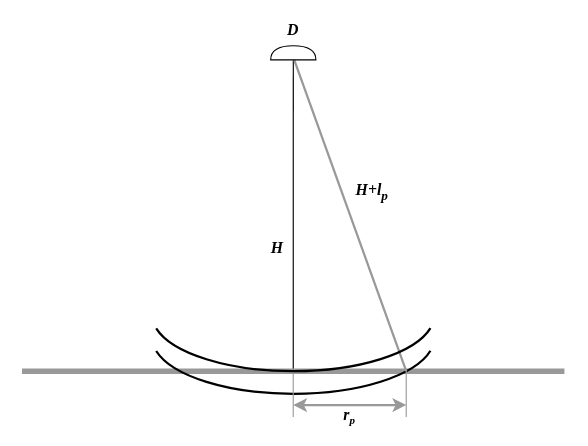
Above: 7.2.drawio in skgiter/drawIO (draw.io), before the change. Source tidied: cells renumbered, new cells numbered last; positions are measured from the earlier drawing's top-left corner, leaving out a move shared by most shapes. Both pictures are drawn from the tidied source at 113%, with x=0, y=0 at pixel (21, 19).
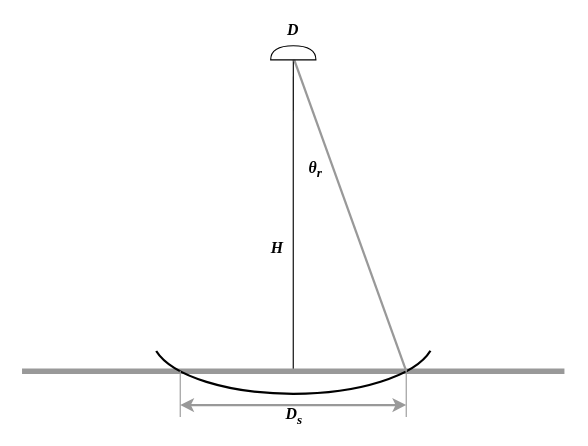
The same diagram, later.

Diff of the diagram source:
```diff
@@
 <mxGraphModel>
   <root>
     <mxCell id="0" />
     <mxCell id="1" parent="0" />
-    <mxCell id="2" style="endArrow=none;html=1;strokeWidth=1;entryX=0;entryY=0.5;entryDx=0;entryDy=0;entryPerimeter=0;exitX=0;exitY=0;exitDx=0;exitDy=0;" parent="1" edge="1" source="8" target="6">
+    <mxCell id="2" style="endArrow=none;html=1;strokeWidth=1;entryX=0;entryY=0.5;entryDx=0;entryDy=0;entryPerimeter=0;exitX=0.5;exitY=0;exitDx=0;exitDy=0;" parent="1" edge="1" source="8" target="6">
       <mxGeometry relative="1" as="geometry" />
     </mxCell>
     <mxCell id="3" style="endArrow=none;html=1;strokeWidth=5;strokeColor=#999999;" parent="1" edge="1">
       <mxGeometry relative="1" as="geometry">
         <mxPoint y="311" as="sourcePoint" />
         <mxPoint x="480" y="311" as="targetPoint" />
       </mxGeometry>
     </mxCell>
     <mxCell id="4" style="verticalLabelPosition=bottom;verticalAlign=top;html=1;shape=mxgraph.basic.arc;startAngle=0.2881918027317203;endAngle=0.7110104348113153;strokeWidth=2;" parent="1" vertex="1">
       <mxGeometry x="115" y="231" width="250" height="100" as="geometry" />
     </mxCell>
     <mxCell id="5" style="endArrow=none;html=1;strokeColor=#999999;strokeWidth=2;exitX=1;exitY=0;exitDx=0;exitDy=0;" parent="1" edge="1" source="8">
       <mxGeometry relative="1" as="geometry">
         <mxPoint x="240" y="33" as="targetPoint" />
       </mxGeometry>
     </mxCell>
     <mxCell id="6" style="shape=or;whiteSpace=wrap;html=1;strokeWidth=1;rotation=-90;" parent="1" vertex="1">
       <mxGeometry x="233.8" y="9.2" width="12.5" height="40" as="geometry" />
     </mxCell>
     <mxCell id="7" value="D" style="text;html=1;strokeColor=none;fillColor=none;align=center;verticalAlign=middle;whiteSpace=wrap;rounded=0;fontFamily=Times New Roman;fontStyle=3;fontSize=14;" parent="1" vertex="1">
       <mxGeometry x="220" width="40" height="20" as="geometry" />
     </mxCell>
     <mxCell id="8" style="shape=partialRectangle;whiteSpace=wrap;html=1;top=0;bottom=0;fillColor=none;fontFamily=Times New Roman;fontSize=14;strokeWidth=1;fontColor=#B3B3B3;strokeColor=#999999;" parent="1" vertex="1">
-      <mxGeometry x="240" y="311" width="100" height="40" as="geometry" />
+      <mxGeometry x="140" y="311" width="200" height="40" as="geometry" />
     </mxCell>
     <mxCell id="9" style="endArrow=classic;startArrow=classic;html=1;fontFamily=Times New Roman;fontSize=14;fontColor=#B3B3B3;strokeColor=#999999;strokeWidth=2;entryX=1;entryY=0.75;entryDx=0;entryDy=0;exitX=0;exitY=0.75;exitDx=0;exitDy=0;" parent="1" edge="1" source="8" target="8">
       <mxGeometry relative="1" as="geometry" />
     </mxCell>
-    <mxCell id="10" value="r&lt;span style=&quot;font-size: 11.6667px&quot;&gt;&lt;sub&gt;p&lt;/sub&gt;&lt;/span&gt;" style="text;html=1;strokeColor=none;fillColor=none;align=center;verticalAlign=middle;whiteSpace=wrap;rounded=0;fontFamily=Times New Roman;fontStyle=3;fontSize=14;" parent="1" vertex="1">
-      <mxGeometry x="270" y="341" width="40" height="20" as="geometry" />
+    <mxCell id="10" value="D&lt;sub&gt;s&lt;/sub&gt;" style="text;html=1;strokeColor=none;fillColor=none;align=center;verticalAlign=middle;whiteSpace=wrap;rounded=0;fontFamily=Times New Roman;fontStyle=3;fontSize=14;" parent="1" vertex="1">
+      <mxGeometry x="221" y="341" width="40" height="20" as="geometry" />
     </mxCell>
     <mxCell id="11" value="H" style="text;html=1;strokeColor=none;fillColor=none;align=center;verticalAlign=middle;whiteSpace=wrap;rounded=0;fontFamily=Times New Roman;fontStyle=3;fontSize=14;" parent="1" vertex="1">
       <mxGeometry x="206.2" y="193" width="40" height="20" as="geometry" />
     </mxCell>
-    <mxCell id="12" value="H+l&lt;sub&gt;p&lt;/sub&gt;" style="text;html=1;strokeColor=none;fillColor=none;align=center;verticalAlign=middle;whiteSpace=wrap;rounded=0;fontFamily=Times New Roman;fontStyle=3;fontSize=14;" parent="1" vertex="1">
-      <mxGeometry x="290" y="143" width="40" height="20" as="geometry" />
+    <mxCell id="12" value="θ&lt;sub&gt;r&lt;/sub&gt;" style="text;html=1;strokeColor=none;fillColor=none;align=center;verticalAlign=middle;whiteSpace=wrap;rounded=0;fontFamily=Times New Roman;fontStyle=3;fontSize=14;" parent="1" vertex="1">
+      <mxGeometry x="240" y="123" width="40" height="20" as="geometry" />
     </mxCell>
-    <mxCell id="13" style="verticalLabelPosition=bottom;verticalAlign=top;html=1;shape=mxgraph.basic.arc;startAngle=0.2881918027317203;endAngle=0.7110104348113153;strokeWidth=2;" parent="1" vertex="1">
-      <mxGeometry x="115" y="211" width="250" height="100" as="geometry" />
-    </mxCell>
   </root>
 </mxGraphModel>
```
